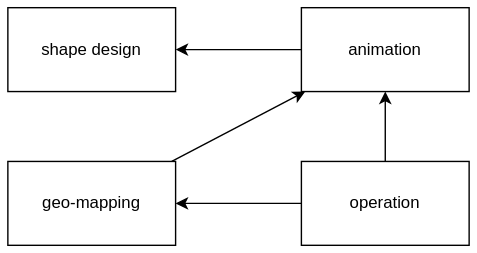
Earlier version of the draw.io export lectures/figures/choreographer/component.drawio.svg (pintergreg/software-engineering). Source tidied: cells renumbered, new cells last; positions are measured from the earlier drawing's top-left corner, leaving out a move shared by most shapes.
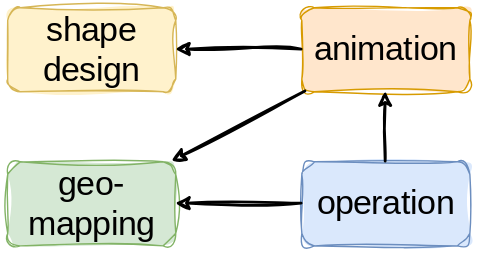
Later version of the same file.

Commit message:
Use colors GH-62

Diff of the diagram source:
```diff
@@ -2,28 +2,28 @@
   <root>
     <mxCell id="0" />
     <mxCell id="1" parent="0" />
-    <mxCell id="2" value="shape design" style="rounded=0;whiteSpace=wrap;html=1;" parent="1" vertex="1">
+    <mxCell id="2" value="shape design" style="rounded=1;whiteSpace=wrap;html=1;sketch=1;curveFitting=1;jiggle=2;fontFamily=Delicious Handrawn;fontSource=https%3A%2F%2Ffonts.googleapis.com%2Fcss%3Ffamily%3DDelicious%2BHandrawn;fontSize=24;fillColor=#fff2cc;strokeColor=#d6b656;fillStyle=solid;" parent="1" vertex="1">
       <mxGeometry width="120" height="60" as="geometry" />
     </mxCell>
-    <mxCell id="3" value="animation" style="rounded=0;whiteSpace=wrap;html=1;" parent="1" vertex="1">
+    <mxCell id="3" value="animation" style="rounded=1;whiteSpace=wrap;html=1;sketch=1;curveFitting=1;jiggle=2;fontFamily=Delicious Handrawn;fontSource=https%3A%2F%2Ffonts.googleapis.com%2Fcss%3Ffamily%3DDelicious%2BHandrawn;fontSize=24;fillColor=#ffe6cc;strokeColor=#d79b00;fillStyle=solid;glass=0;shadow=0;" parent="1" vertex="1">
       <mxGeometry x="210" width="120" height="60" as="geometry" />
     </mxCell>
-    <mxCell id="4" value="geo-mapping" style="rounded=0;whiteSpace=wrap;html=1;" parent="1" vertex="1">
+    <mxCell id="4" value="geo-mapping" style="rounded=1;whiteSpace=wrap;html=1;sketch=1;curveFitting=1;jiggle=2;fontFamily=Delicious Handrawn;fontSource=https%3A%2F%2Ffonts.googleapis.com%2Fcss%3Ffamily%3DDelicious%2BHandrawn;fontSize=24;fillStyle=solid;fillColor=#d5e8d4;strokeColor=#82b366;glass=0;shadow=0;" parent="1" vertex="1">
       <mxGeometry y="110" width="120" height="60" as="geometry" />
     </mxCell>
-    <mxCell id="5" value="&lt;div&gt;operation&lt;/div&gt;" style="rounded=0;whiteSpace=wrap;html=1;" parent="1" vertex="1">
+    <mxCell id="5" value="&lt;div&gt;operation&lt;/div&gt;" style="rounded=1;whiteSpace=wrap;html=1;sketch=1;curveFitting=1;jiggle=2;fontFamily=Delicious Handrawn;fontSource=https%3A%2F%2Ffonts.googleapis.com%2Fcss%3Ffamily%3DDelicious%2BHandrawn;fontSize=24;fillStyle=solid;fillColor=#dae8fc;strokeColor=#6c8ebf;glass=0;shadow=0;" parent="1" vertex="1">
       <mxGeometry x="210" y="110" width="120" height="60" as="geometry" />
     </mxCell>
-    <mxCell id="6" style="endArrow=none;html=1;rounded=0;endFill=0;startArrow=classic;startFill=1;" parent="1" edge="1" source="2" target="3">
+    <mxCell id="6" style="endArrow=none;html=1;rounded=0;endFill=0;startArrow=classic;startFill=1;sketch=1;curveFitting=1;jiggle=2;strokeWidth=2;" parent="1" edge="1" source="2" target="3">
       <mxGeometry relative="1" as="geometry" />
     </mxCell>
-    <mxCell id="7" style="endArrow=none;html=1;rounded=0;startArrow=classic;startFill=1;endFill=0;" parent="1" edge="1" source="4" target="5">
+    <mxCell id="7" style="endArrow=none;html=1;rounded=0;startArrow=classic;startFill=1;endFill=0;sketch=1;curveFitting=1;jiggle=2;strokeWidth=2;" parent="1" edge="1" source="4" target="5">
       <mxGeometry relative="1" as="geometry" />
     </mxCell>
-    <mxCell id="8" style="endArrow=none;html=1;rounded=0;endFill=0;startArrow=classic;startFill=1;" parent="1" edge="1" source="3" target="5">
+    <mxCell id="8" style="endArrow=none;html=1;rounded=0;endFill=0;startArrow=classic;startFill=1;sketch=1;curveFitting=1;jiggle=2;strokeWidth=2;" parent="1" edge="1" source="3" target="5">
       <mxGeometry relative="1" as="geometry" />
     </mxCell>
-    <mxCell id="9" style="endArrow=none;html=1;rounded=0;endFill=0;startArrow=classic;startFill=1;" parent="1" edge="1" source="3" target="4">
+    <mxCell id="9" style="endArrow=classic;html=1;rounded=0;endFill=1;startArrow=none;startFill=0;sketch=1;curveFitting=1;jiggle=2;strokeWidth=2;" parent="1" edge="1" source="3" target="4">
       <mxGeometry relative="1" as="geometry" />
     </mxCell>
   </root>
```
